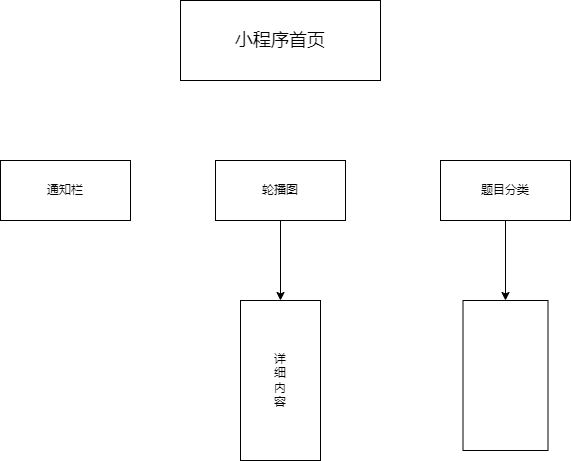
Before: 流程图/小程序功能设计.drawio.png, a diagram exported from draw.io (wangpeng258/wangpeng258.github.io). Source tidied: cells renumbered, new cells last; positions are measured from the earlier drawing's top-left corner, leaving out a move shared by most shapes.
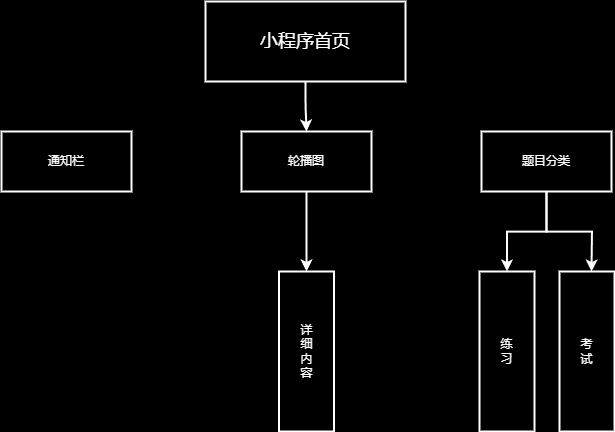
After the change.

What changed in the source:
```diff
@@ -1,30 +1,41 @@
-<mxGraphModel>
+<mxGraphModel background="#000000">
   <root>
     <mxCell id="0" />
     <mxCell id="1" parent="0" />
+    <mxCell id="10" style="edgeStyle=orthogonalEdgeStyle;rounded=0;jettySize=auto;html=1;exitX=0.5;exitY=1;exitDx=0;exitDy=0;entryX=0.5;entryY=0;entryDx=0;entryDy=0;strokeWidth=2;fillColor=none;strokeColor=#FFFFFF;fontColor=#FFFFFF;" parent="1" edge="1" source="2" target="5">
+      <mxGeometry relative="1" as="geometry" />
+    </mxCell>
-    <mxCell id="2" value="&lt;font style=&quot;font-size: 18px;&quot;&gt;小程序首页&lt;/font&gt;" style="rounded=0;whiteSpace=wrap;html=1;" parent="1" vertex="1">
+    <mxCell id="2" value="&lt;font style=&quot;font-size: 18px;&quot;&gt;小程序首页&lt;/font&gt;" style="rounded=0;whiteSpace=wrap;html=1;strokeWidth=2;fillColor=none;strokeColor=#FFFFFF;fontColor=#FFFFFF;" parent="1" vertex="1">
       <mxGeometry x="180" width="200" height="80" as="geometry" />
     </mxCell>
-    <mxCell id="3" value="通知栏" style="rounded=0;whiteSpace=wrap;html=1;" parent="1" vertex="1">
-      <mxGeometry y="160" width="130" height="60" as="geometry" />
+    <mxCell id="3" value="通知栏" style="rounded=0;whiteSpace=wrap;html=1;strokeWidth=2;fillColor=none;strokeColor=#FFFFFF;fontColor=#FFFFFF;" parent="1" vertex="1">
+      <mxGeometry x="-24" y="130" width="130" height="60" as="geometry" />
     </mxCell>
-    <mxCell id="4" style="edgeStyle=orthogonalEdgeStyle;rounded=0;jettySize=auto;html=1;" parent="1" edge="1" source="5" target="8">
+    <mxCell id="4" style="edgeStyle=orthogonalEdgeStyle;rounded=0;jettySize=auto;html=1;strokeWidth=2;fillColor=none;strokeColor=#FFFFFF;fontColor=#FFFFFF;" parent="1" edge="1" source="5" target="8">
       <mxGeometry relative="1" as="geometry" />
     </mxCell>
-    <mxCell id="5" value="轮播图" style="rounded=0;whiteSpace=wrap;html=1;" parent="1" vertex="1">
-      <mxGeometry x="215" y="160" width="130" height="60" as="geometry" />
+    <mxCell id="5" value="轮播图" style="rounded=0;whiteSpace=wrap;html=1;strokeWidth=2;fillColor=none;strokeColor=#FFFFFF;fontColor=#FFFFFF;" parent="1" vertex="1">
+      <mxGeometry x="216" y="130" width="130" height="60" as="geometry" />
     </mxCell>
-    <mxCell id="6" style="edgeStyle=orthogonalEdgeStyle;rounded=0;jettySize=auto;html=1;" parent="1" edge="1" source="7" target="9">
-      <mxGeometry relative="1" as="geometry" />
-    </mxCell>
+    <mxCell id="11" style="edgeStyle=orthogonalEdgeStyle;rounded=0;jettySize=auto;html=1;strokeWidth=2;fillColor=none;strokeColor=#FFFFFF;fontColor=#FFFFFF;" parent="1" edge="1" source="7" target="13">
+      <mxGeometry relative="1" as="geometry" />
+    </mxCell>
+    <mxCell id="12" style="edgeStyle=orthogonalEdgeStyle;rounded=0;jettySize=auto;html=1;exitX=0.5;exitY=1;exitDx=0;exitDy=0;strokeWidth=2;fillColor=none;strokeColor=#FFFFFF;fontColor=#FFFFFF;" parent="1" edge="1" source="7">
+      <mxGeometry relative="1" as="geometry">
+        <mxPoint x="566" y="270" as="targetPoint" />
+      </mxGeometry>
+    </mxCell>
-    <mxCell id="7" value="题目分类" style="rounded=0;whiteSpace=wrap;html=1;" parent="1" vertex="1">
-      <mxGeometry x="440" y="160" width="130" height="60" as="geometry" />
+    <mxCell id="7" value="题目分类" style="rounded=0;whiteSpace=wrap;html=1;strokeWidth=2;fillColor=none;strokeColor=#FFFFFF;fontColor=#FFFFFF;" parent="1" vertex="1">
+      <mxGeometry x="456" y="130" width="130" height="60" as="geometry" />
     </mxCell>
-    <mxCell id="8" value="详&lt;br&gt;细&lt;br&gt;内&lt;br&gt;容" style="whiteSpace=wrap;html=1;rounded=0;" parent="1" vertex="1">
-      <mxGeometry x="240" y="300" width="80" height="160" as="geometry" />
+    <mxCell id="8" value="详&lt;br&gt;细&lt;br&gt;内&lt;br&gt;容" style="whiteSpace=wrap;html=1;rounded=0;strokeWidth=2;fillColor=none;strokeColor=#FFFFFF;fontColor=#FFFFFF;" parent="1" vertex="1">
+      <mxGeometry x="253.5" y="270" width="55" height="160" as="geometry" />
     </mxCell>
-    <mxCell id="9" style="whiteSpace=wrap;html=1;rounded=0;" parent="1" vertex="1">
-      <mxGeometry x="462.5" y="300" width="85" height="150" as="geometry" />
-    </mxCell>
+    <mxCell id="13" value="练&lt;br&gt;习" style="whiteSpace=wrap;html=1;rounded=0;strokeWidth=2;fillColor=none;strokeColor=#FFFFFF;fontColor=#FFFFFF;" parent="1" vertex="1">
+      <mxGeometry x="454" y="270" width="55" height="160" as="geometry" />
+    </mxCell>
+    <mxCell id="14" value="考&lt;br&gt;试" style="whiteSpace=wrap;html=1;rounded=0;strokeWidth=2;fillColor=none;strokeColor=#FFFFFF;fontColor=#FFFFFF;" parent="1" vertex="1">
+      <mxGeometry x="534" y="270" width="55" height="160" as="geometry" />
+    </mxCell>
   </root>
 </mxGraphModel>
```
